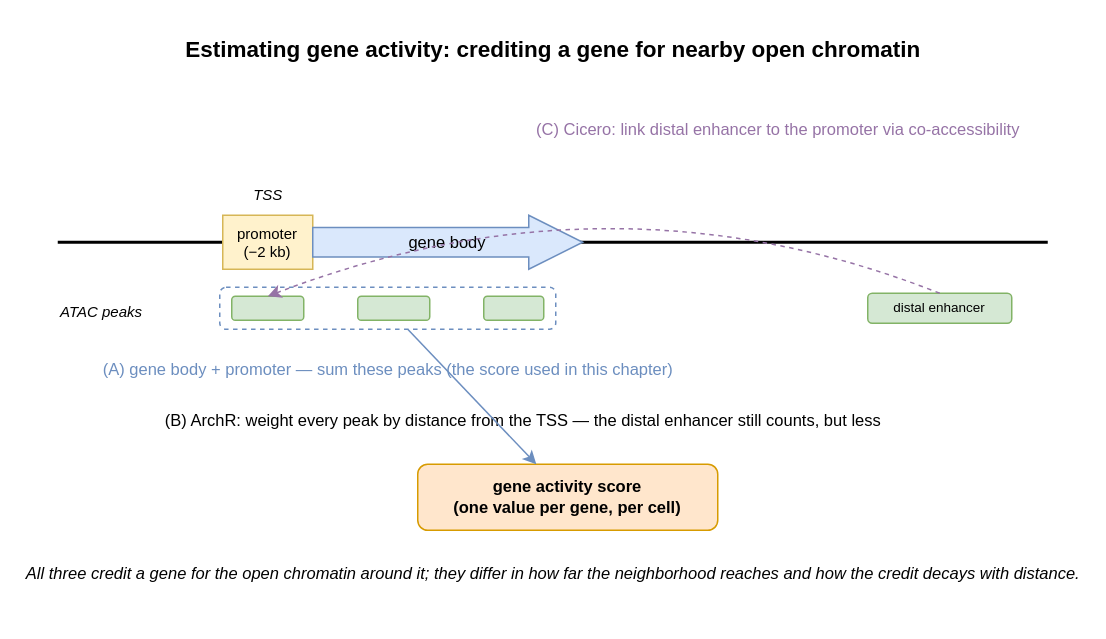
This is single_cell/imgs/gene-activity-approximation.drawio from seandavi/RBiocBook, a draw.io file, before an edit. Source tidied: cells renumbered, new cells numbered last; positions are measured from the earlier drawing's top-left corner, leaving out a move shared by most shapes. Both pictures are drawn from the tidied source at 150%, with x=0, y=0 at pixel (42, 26).
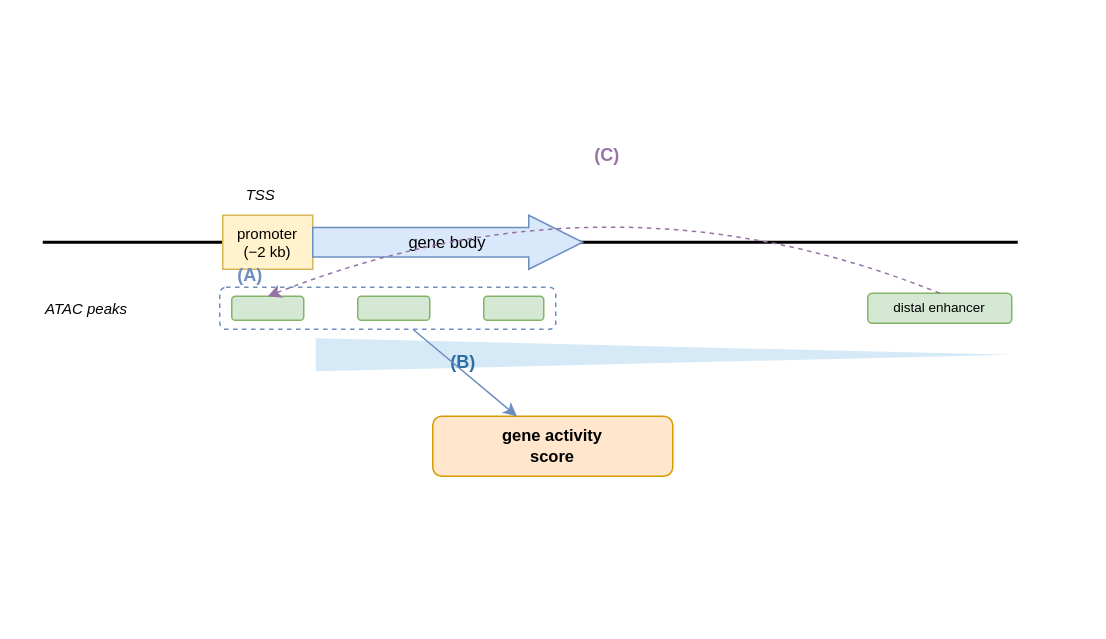
After the change.

Commit message (it also covers changes not shown here):
Simplify gene-activity figure; add imgs README with draft legends

- gene-activity figure: drop the title, the (A)/(B)/(C) descriptive sentences,
  and the footer; keep only the schematic, element labels, and (A)/(B)/(C) tags
  so the explanatory legend lives in the chapter caption. Add a distance-weight
  wedge as the visual cue for (B).
- Add single_cell/imgs/README.md documenting both figures' contents and draft
  figure legends for future reference, plus how to regenerate them.

The change refers to these unchanged cells:
```xml
<mxCell id="9" style="rounded=1;whiteSpace=wrap;html=1;fillColor=#d5e8d4;strokeColor=#82b366;" parent="1" vertex="1">
  <mxGeometry x="126" y="180" width="48" height="16" as="geometry" />
</mxCell>
<mxCell id="12" value="distal enhancer" style="rounded=1;whiteSpace=wrap;html=1;fillColor=#d5e8d4;strokeColor=#82b366;fontSize=9;" parent="1" vertex="1">
  <mxGeometry x="550" y="178" width="96" height="20" as="geometry" />
</mxCell>
```

The edit, as a diff of the source:
```diff
@@
-    <mxCell id="2" value="Estimating gene activity: crediting a gene for nearby open chromatin" style="text;html=1;align=center;fontSize=15;fontStyle=1;" parent="1" vertex="1">
-      <mxGeometry width="680" height="24" as="geometry" />
-    </mxCell>
-    <mxCell id="3" value="(C) Cicero: link distal enhancer to the promoter via co-accessibility" style="text;html=1;align=center;fontSize=11;fontColor=#9673a6;" parent="1" vertex="1">
-      <mxGeometry x="310" y="56" width="360" height="20" as="geometry" />
-    </mxCell>
+    <mxCell id="20" value="(C)" style="text;html=1;align=center;fontSize=12;fontStyle=1;fontColor=#9673a6;" parent="1" vertex="1">
+      <mxGeometry x="356" y="72" width="40" height="18" as="geometry" />
+    </mxCell>
     <mxCell id="4" value="TSS" style="text;html=1;align=center;fontSize=10;fontStyle=2;" parent="1" vertex="1">
-      <mxGeometry x="120" y="100" width="60" height="16" as="geometry" />
+      <mxGeometry x="110" y="100" width="70" height="16" as="geometry" />
     </mxCell>
     <mxCell id="5" style="endArrow=none;html=1;strokeColor=#000000;strokeWidth=2;" parent="1" edge="1">
       <mxGeometry relative="1" as="geometry">
-        <mxPoint x="10" y="144" as="sourcePoint" />
-        <mxPoint x="670" y="144" as="targetPoint" />
+        <mxPoint y="144" as="sourcePoint" />
+        <mxPoint x="650" y="144" as="targetPoint" />
       </mxGeometry>
     </mxCell>
@@
     <mxCell id="8" value="ATAC peaks" style="text;html=1;align=left;fontSize=10;fontStyle=2;" parent="1" vertex="1">
-      <mxGeometry x="10" y="178" width="80" height="18" as="geometry" />
+      <mxGeometry y="176" width="80" height="18" as="geometry" />
     </mxCell>
@@
-    <mxCell id="14" value="(A) gene body + promoter — sum these peaks (the score used in this chapter)" style="text;html=1;align=center;fontSize=11;fontColor=#6c8ebf;" parent="1" vertex="1">
-      <mxGeometry x="40" y="216" width="380" height="20" as="geometry" />
-    </mxCell>
-    <mxCell id="15" value="(B) ArchR: weight every peak by distance from the TSS — the distal enhancer still counts, but less" style="text;html=1;align=center;fontSize=11;" parent="1" vertex="1">
-      <mxGeometry x="50" y="250" width="540" height="20" as="geometry" />
-    </mxCell>
+    <mxCell id="21" value="(A)" style="text;html=1;align=center;fontSize=12;fontStyle=1;fontColor=#6c8ebf;" parent="1" vertex="1">
+      <mxGeometry x="118" y="152" width="40" height="18" as="geometry" />
+    </mxCell>
+    <mxCell id="22" style="triangle;direction=east;whiteSpace=wrap;html=1;fillColor=#9ac7e8;strokeColor=none;opacity=40;" parent="1" vertex="1">
+      <mxGeometry x="182" y="208" width="464" height="22" as="geometry" />
+    </mxCell>
+    <mxCell id="23" value="(B)" style="text;html=1;align=center;fontSize=12;fontStyle=1;fontColor=#2e6da4;" parent="1" vertex="1">
+      <mxGeometry x="260" y="210" width="40" height="18" as="geometry" />
+    </mxCell>
     <mxCell id="16" style="endArrow=classic;html=1;dashed=1;strokeColor=#9673a6;rounded=1;curved=1;exitX=0.5;exitY=0;exitDx=0;exitDy=0;entryX=0.5;entryY=0;entryDx=0;entryDy=0;" parent="1" edge="1" source="12" target="9">
       <mxGeometry relative="1" as="geometry">
         <Array as="points">
-          <mxPoint x="380" y="92" />
+          <mxPoint x="380" y="90" />
         </Array>
       </mxGeometry>
     </mxCell>
-    <mxCell id="17" value="gene activity score&#10;(one value per gene, per cell)" style="rounded=1;whiteSpace=wrap;html=1;fillColor=#ffe6cc;strokeColor=#d79b00;fontStyle=1;fontSize=11;" parent="1" vertex="1">
-      <mxGeometry x="250" y="292" width="200" height="44" as="geometry" />
+    <mxCell id="17" value="gene activity&#10;score" style="rounded=1;whiteSpace=wrap;html=1;fillColor=#ffe6cc;strokeColor=#d79b00;fontStyle=1;fontSize=11;" parent="1" vertex="1">
+      <mxGeometry x="260" y="260" width="160" height="40" as="geometry" />
     </mxCell>
@@
-    <mxCell id="19" value="All three credit a gene for the open chromatin around it; they differ in how far the neighborhood reaches and how the credit decays with distance." style="text;html=1;align=center;fontSize=11;fontStyle=2;" parent="1" vertex="1">
-      <mxGeometry y="352" width="680" height="40" as="geometry" />
-    </mxCell>
```
